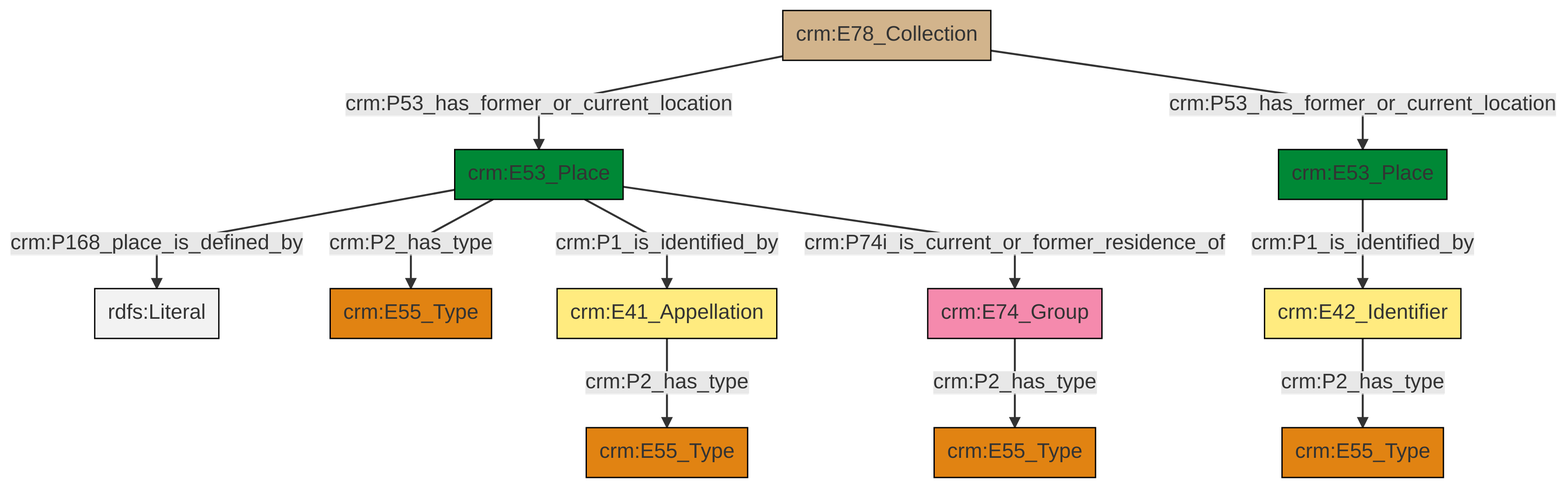
This is et/archivalCSV/ttl/mmd/png/archival_location.png from swiss-art-research-net/docs.swissartresearch, a Mermaid export, as it was before one commit. Its source is kept beside it as et/archivalCSV/ttl/mmd/archival_location.ttl.mmd.
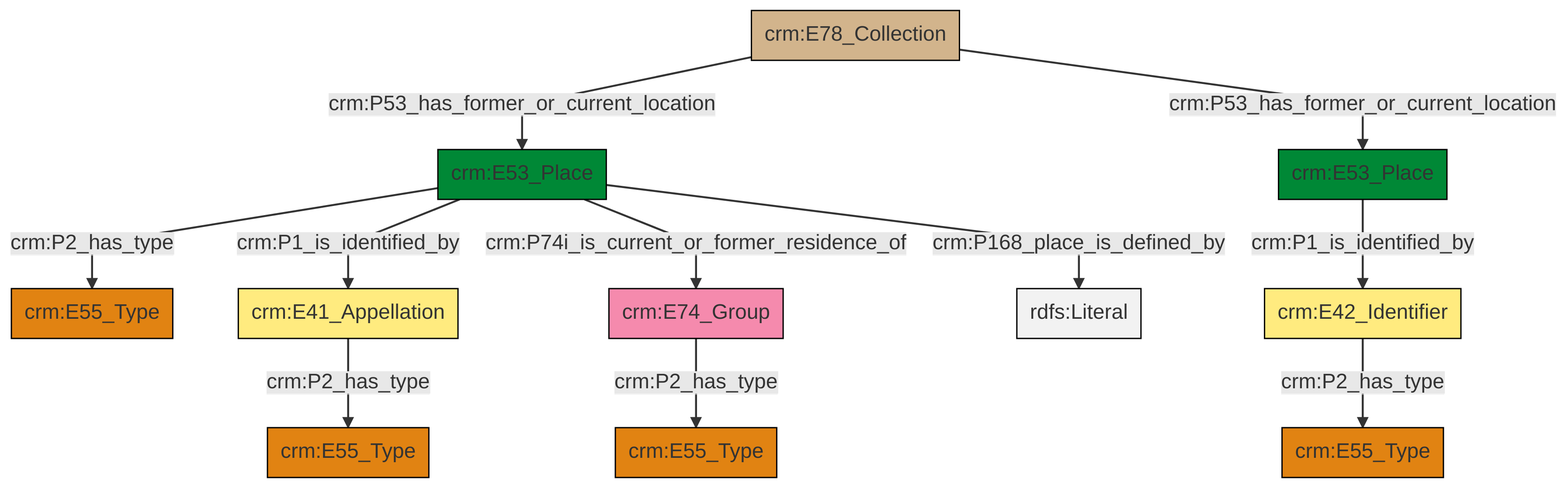
Above is the later version.

Diff of the diagram source:
```diff
@@ -13,13 +13,13 @@
 classDef PC_Classes fill:#4ce600, stroke:#000000;
 classDef Multi fill:#cccccc,stroke:#000000;
 
-0["crm:E53_Place"]:::Place -->|crm:P168_place_is_defined_by| 1[rdfs:Literal]:::Literal
-8["crm:E53_Place"]:::Place -->|crm:P1_is_identified_by| 2["crm:E42_Identifier"]:::Appellation
-0["crm:E53_Place"]:::Place -->|crm:P2_has_type| 13["crm:E55_Type"]:::Type
-6["crm:E78_Collection"]:::Physical_Thing -->|crm:P53_has_former_or_current_location| 0["crm:E53_Place"]:::Place
-11["crm:E41_Appellation"]:::Appellation -->|crm:P2_has_type| 15["crm:E55_Type"]:::Type
-0["crm:E53_Place"]:::Place -->|crm:P1_is_identified_by| 11["crm:E41_Appellation"]:::Appellation
-4["crm:E74_Group"]:::Actor -->|crm:P2_has_type| 19["crm:E55_Type"]:::Type
-2["crm:E42_Identifier"]:::Appellation -->|crm:P2_has_type| 16["crm:E55_Type"]:::Type
-0["crm:E53_Place"]:::Place -->|crm:P74i_is_current_or_former_residence_of| 4["crm:E74_Group"]:::Actor
-6["crm:E78_Collection"]:::Physical_Thing -->|crm:P53_has_former_or_current_location| 8["crm:E53_Place"]:::Place
+2["crm:E78_Collection"]:::Physical_Thing -->|crm:P53_has_former_or_current_location| 3["crm:E53_Place"]:::Place
+3["crm:E53_Place"]:::Place -->|crm:P2_has_type| 0["crm:E55_Type"]:::Type
+3["crm:E53_Place"]:::Place -->|crm:P1_is_identified_by| 6["crm:E41_Appellation"]:::Appellation
+2["crm:E78_Collection"]:::Physical_Thing -->|crm:P53_has_former_or_current_location| 8["crm:E53_Place"]:::Place
+6["crm:E41_Appellation"]:::Appellation -->|crm:P2_has_type| 9["crm:E55_Type"]:::Type
+13["crm:E42_Identifier"]:::Appellation -->|crm:P2_has_type| 10["crm:E55_Type"]:::Type
+3["crm:E53_Place"]:::Place -->|crm:P74i_is_current_or_former_residence_of| 15["crm:E74_Group"]:::Actor
+8["crm:E53_Place"]:::Place -->|crm:P1_is_identified_by| 13["crm:E42_Identifier"]:::Appellation
+3["crm:E53_Place"]:::Place -->|crm:P168_place_is_defined_by| 19[rdfs:Literal]:::Literal
+15["crm:E74_Group"]:::Actor -->|crm:P2_has_type| 4["crm:E55_Type"]:::Type
```
